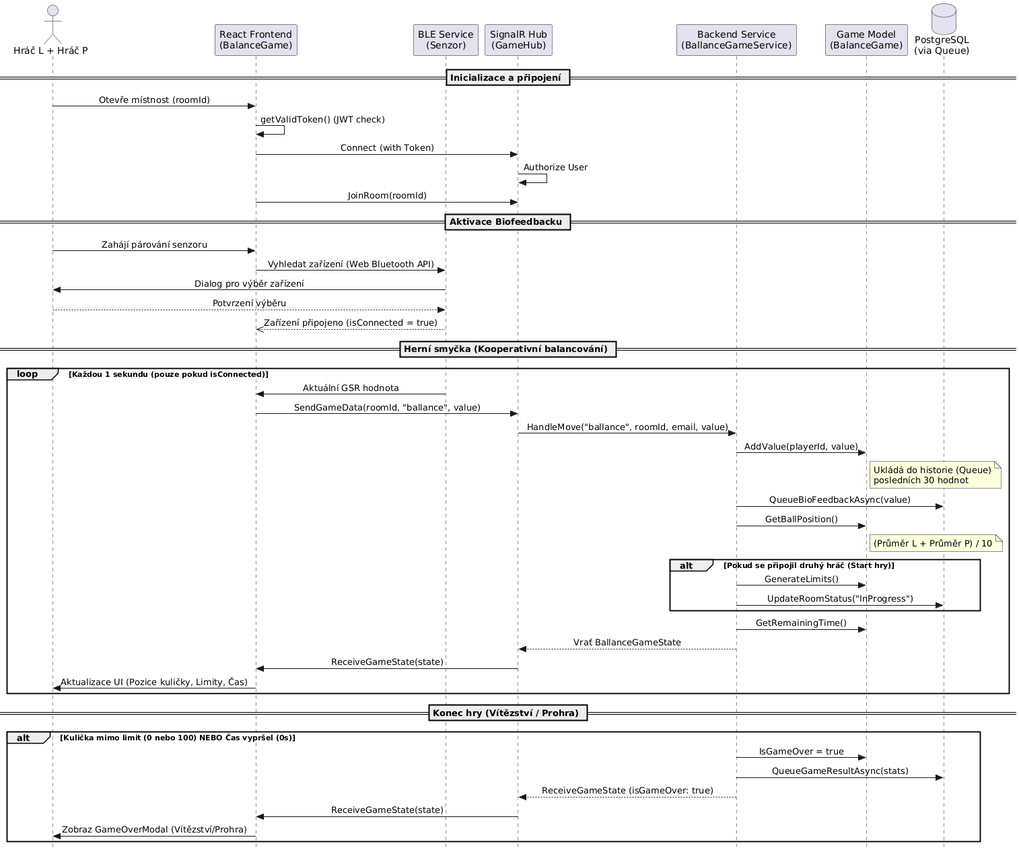
This is doc/plantuml/img/ballance.png from elsnoxx/Bachelor-thesis, a PlantUML export, as it was before one commit. Its diagram source:
```plantuml
@startuml
skinparam style strictuml
skinparam sequenceMessageAlign center

actor "Hráč L + Hráč P" as Players
participant "React Frontend\n(BalanceGame)" as FE
participant "BLE Service\n(Senzor)" as BLE
participant "SignalR Hub\n(GameHub)" as Hub
participant "Backend Service\n(BallanceGameService)" as Backend
participant "Game Model\n(BalanceGame)" as Model
database "PostgreSQL\n(via Queue)" as DB

== Inicializace a připojení ==

Players -> FE : Otevře místnost (roomId)
FE -> FE : getValidToken() (JWT check)
FE -> Hub : Connect (with Token)
Hub -> Hub : Authorize User
FE -> Hub : JoinRoom(roomId)

== Aktivace Biofeedbacku ==

Players -> FE : Zahájí párování senzoru
FE -> BLE : Vyhledat zařízení (Web Bluetooth API)
BLE -> Players : Dialog pro výběr zařízení
Players --> BLE : Potvrzení výběru
BLE -->> FE : Zařízení připojeno (isConnected = true)

== Herní smyčka (Kooperativní balancování) ==

loop Každou 1 sekundu (pouze pokud isConnected)
    BLE -> FE : Aktuální GSR hodnota
    FE -> Hub : SendGameData(roomId, "ballance", value)
    Hub -> Backend : HandleMove("ballance", roomId, email, value)

    Backend -> Model : AddValue(playerId, value)
    note right of Model : Ukládá do historie (Queue)\nposledních 30 hodnot

    Backend -> DB : QueueBioFeedbackAsync(value)

    Backend -> Model : GetBallPosition()
    note right of Model : (Průměr L + Průměr P) / 10

    alt Pokud se připojil druhý hráč (Start hry)
        Backend -> Model : GenerateLimits()
        Backend -> DB : UpdateRoomStatus("InProgress")
    end

    Backend -> Model : GetRemainingTime()

    Backend --> Hub : Vrať BallanceGameState
    Hub -> FE : ReceiveGameState(state)
    FE -> Players : Aktualizace UI (Pozice kuličky, Limity, Čas)
end

== Konec hry (Vítězství / Prohra) ==

alt Kulička mimo limit (0 nebo 100) NEBO Čas vypršel (0s)
    Backend -> Model : IsGameOver = true
    Backend -> DB : QueueGameResultAsync(stats)
    Backend --> Hub : ReceiveGameState (isGameOver: true)
    Hub -> FE : ReceiveGameState(state)
    FE -> Players : Zobraz GameOverModal (Vítězství/Prohra)
end
@enduml
```
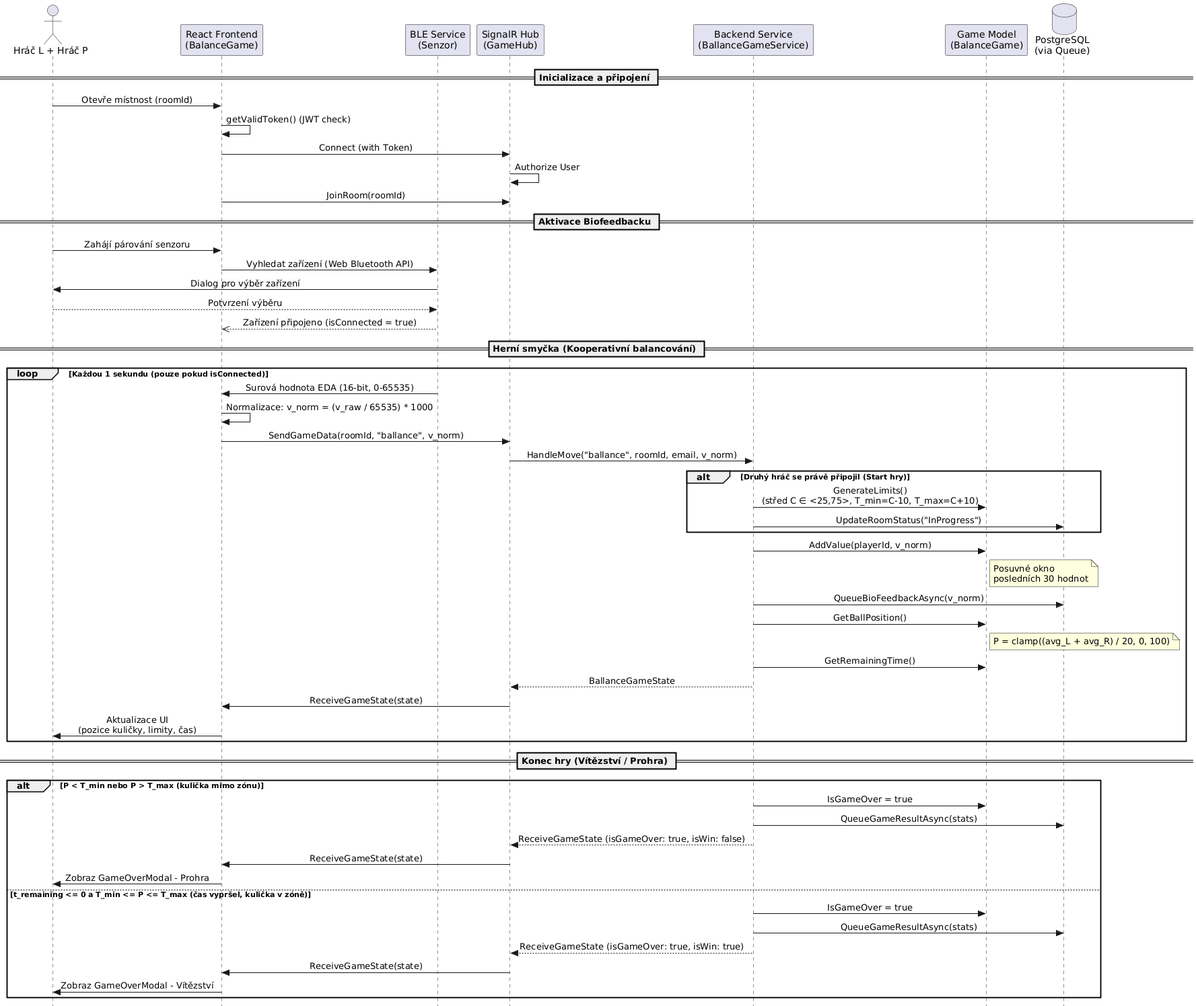
The same file after the commit.

Commit message:
fix sequence diagrams

Diff of the diagram source:
```diff
@@ -29,37 +29,45 @@
 == Herní smyčka (Kooperativní balancování) ==
 
 loop Každou 1 sekundu (pouze pokud isConnected)
-    BLE -> FE : Aktuální GSR hodnota
-    FE -> Hub : SendGameData(roomId, "ballance", value)
-    Hub -> Backend : HandleMove("ballance", roomId, email, value)
+    BLE -> FE : Surová hodnota EDA (16-bit, 0-65535)
+    FE -> FE : Normalizace: v_norm = (v_raw / 65535) * 1000
 
-    Backend -> Model : AddValue(playerId, value)
-    note right of Model : Ukládá do historie (Queue)\nposledních 30 hodnot
+    FE -> Hub : SendGameData(roomId, "ballance", v_norm)
+    Hub -> Backend : HandleMove("ballance", roomId, email, v_norm)
 
-    Backend -> DB : QueueBioFeedbackAsync(value)
-
-    Backend -> Model : GetBallPosition()
-    note right of Model : (Průměr L + Průměr P) / 10
-
-    alt Pokud se připojil druhý hráč (Start hry)
-        Backend -> Model : GenerateLimits()
+    alt Druhý hráč se právě připojil (Start hry)
+        Backend -> Model : GenerateLimits()\n(střed C ∈ <25,75>, T_min=C-10, T_max=C+10)
         Backend -> DB : UpdateRoomStatus("InProgress")
     end
 
+    Backend -> Model : AddValue(playerId, v_norm)
+    note right of Model : Posuvné okno\nposledních 30 hodnot
+
+    Backend -> DB : QueueBioFeedbackAsync(v_norm)
+
+    Backend -> Model : GetBallPosition()
+    note right of Model : P = clamp((avg_L + avg_R) / 20, 0, 100)
+
     Backend -> Model : GetRemainingTime()
 
-    Backend --> Hub : Vrať BallanceGameState
+    Backend --> Hub : BallanceGameState
     Hub -> FE : ReceiveGameState(state)
-    FE -> Players : Aktualizace UI (Pozice kuličky, Limity, Čas)
+    FE -> Players : Aktualizace UI\n(pozice kuličky, limity, čas)
 end
 
 == Konec hry (Vítězství / Prohra) ==
 
-alt Kulička mimo limit (0 nebo 100) NEBO Čas vypršel (0s)
+alt P < T_min nebo P > T_max (kulička mimo zónu)
     Backend -> Model : IsGameOver = true
     Backend -> DB : QueueGameResultAsync(stats)
-    Backend --> Hub : ReceiveGameState (isGameOver: true)
+    Backend --> Hub : ReceiveGameState (isGameOver: true, isWin: false)
     Hub -> FE : ReceiveGameState(state)
-    FE -> Players : Zobraz GameOverModal (Vítězství/Prohra)
+    FE -> Players : Zobraz GameOverModal - Prohra
+else t_remaining <= 0 a T_min <= P <= T_max (čas vypršel, kulička v zóně)
+    Backend -> Model : IsGameOver = true
+    Backend -> DB : QueueGameResultAsync(stats)
+    Backend --> Hub : ReceiveGameState (isGameOver: true, isWin: true)
+    Hub -> FE : ReceiveGameState(state)
+    FE -> Players : Zobraz GameOverModal - Vítězství
 end
 @enduml
```
